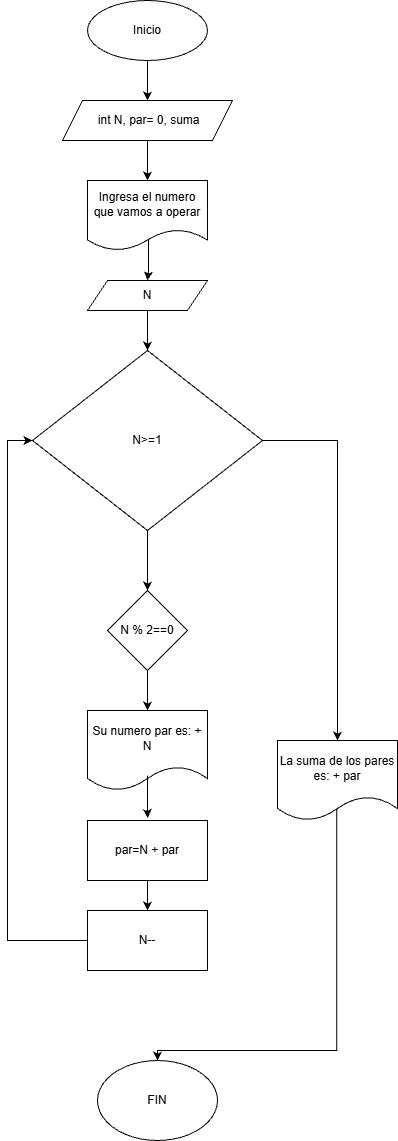
The draw.io diagram Ejercicios_while/Flujogramas/Flujograma_Ejercicio5.drawio.png in juanjo-guerra/FDP_Tarea, before a commit. Source tidied: cells renumbered, new cells last; positions are measured from the earlier drawing's top-left corner, leaving out a move shared by most shapes. Source of this version:
```xml
<mxGraphModel>
  <root>
    <mxCell id="0" />
    <mxCell id="1" parent="0" />
    <mxCell id="2" style="edgeStyle=orthogonalEdgeStyle;rounded=0;jettySize=auto;html=1;entryX=0.5;entryY=0;entryDx=0;entryDy=0;" parent="1" edge="1" source="3" target="5">
      <mxGeometry relative="1" as="geometry" />
    </mxCell>
    <mxCell id="3" value="Inicio" style="ellipse;whiteSpace=wrap;html=1;" parent="1" vertex="1">
      <mxGeometry x="80" width="120" height="60" as="geometry" />
    </mxCell>
    <mxCell id="4" style="edgeStyle=orthogonalEdgeStyle;rounded=0;jettySize=auto;html=1;" parent="1" edge="1" source="5" target="7">
      <mxGeometry relative="1" as="geometry" />
    </mxCell>
    <mxCell id="5" value="&amp;nbsp;int N, par= 0, suma" style="shape=parallelogram;perimeter=parallelogramPerimeter;whiteSpace=wrap;html=1;fixedSize=1;" parent="1" vertex="1">
      <mxGeometry x="55" y="100" width="170" height="40" as="geometry" />
    </mxCell>
    <mxCell id="6" style="edgeStyle=orthogonalEdgeStyle;rounded=0;jettySize=auto;html=1;entryX=0.5;entryY=0;entryDx=0;entryDy=0;exitX=0.508;exitY=0.8;exitDx=0;exitDy=0;exitPerimeter=0;" parent="1" edge="1" source="7" target="9">
      <mxGeometry relative="1" as="geometry" />
    </mxCell>
    <mxCell id="7" value="Ingresa el numero que vamos a operar" style="shape=document;whiteSpace=wrap;html=1;boundedLbl=1;" parent="1" vertex="1">
      <mxGeometry x="80" y="180" width="120" height="70" as="geometry" />
    </mxCell>
    <mxCell id="8" style="edgeStyle=orthogonalEdgeStyle;rounded=0;jettySize=auto;html=1;entryX=0.5;entryY=0;entryDx=0;entryDy=0;" parent="1" edge="1" source="9" target="12">
      <mxGeometry relative="1" as="geometry" />
    </mxCell>
    <mxCell id="9" value="N" style="shape=parallelogram;perimeter=parallelogramPerimeter;whiteSpace=wrap;html=1;fixedSize=1;" parent="1" vertex="1">
      <mxGeometry x="80" y="280" width="120" height="30" as="geometry" />
    </mxCell>
    <mxCell id="10" style="edgeStyle=orthogonalEdgeStyle;rounded=0;jettySize=auto;html=1;entryX=0.5;entryY=0;entryDx=0;entryDy=0;" parent="1" edge="1" source="12" target="14">
      <mxGeometry relative="1" as="geometry" />
    </mxCell>
    <mxCell id="11" style="edgeStyle=orthogonalEdgeStyle;rounded=0;jettySize=auto;html=1;entryX=0.5;entryY=0;entryDx=0;entryDy=0;" parent="1" edge="1" source="12" target="22">
      <mxGeometry relative="1" as="geometry" />
    </mxCell>
    <mxCell id="12" value="N&amp;gt;=1" style="rhombus;whiteSpace=wrap;html=1;" parent="1" vertex="1">
      <mxGeometry x="25" y="350" width="230" height="180" as="geometry" />
    </mxCell>
    <mxCell id="13" style="edgeStyle=orthogonalEdgeStyle;rounded=0;jettySize=auto;html=1;entryX=0.5;entryY=0;entryDx=0;entryDy=0;" parent="1" edge="1" source="14" target="15">
      <mxGeometry relative="1" as="geometry" />
    </mxCell>
    <mxCell id="14" value="N % 2==0" style="rhombus;whiteSpace=wrap;html=1;" parent="1" vertex="1">
      <mxGeometry x="100" y="590" width="80" height="80" as="geometry" />
    </mxCell>
    <mxCell id="15" value="Su numero par es: + N" style="shape=document;whiteSpace=wrap;html=1;boundedLbl=1;" parent="1" vertex="1">
      <mxGeometry x="80" y="710" width="120" height="80" as="geometry" />
    </mxCell>
    <mxCell id="16" style="edgeStyle=orthogonalEdgeStyle;rounded=0;jettySize=auto;html=1;entryX=0.5;entryY=0;entryDx=0;entryDy=0;" parent="1" edge="1" source="17" target="19">
      <mxGeometry relative="1" as="geometry" />
    </mxCell>
    <mxCell id="17" value="par=N + par" style="rounded=0;whiteSpace=wrap;html=1;" parent="1" vertex="1">
      <mxGeometry x="80" y="820" width="120" height="60" as="geometry" />
    </mxCell>
    <mxCell id="18" style="edgeStyle=orthogonalEdgeStyle;rounded=0;jettySize=auto;html=1;entryX=0;entryY=0.5;entryDx=0;entryDy=0;" parent="1" edge="1" source="19" target="12">
      <mxGeometry relative="1" as="geometry">
        <Array as="points">
          <mxPoint y="940" />
          <mxPoint y="440" />
        </Array>
      </mxGeometry>
    </mxCell>
    <mxCell id="19" value="N--" style="rounded=0;whiteSpace=wrap;html=1;" parent="1" vertex="1">
      <mxGeometry x="80" y="910" width="120" height="60" as="geometry" />
    </mxCell>
    <mxCell id="20" style="edgeStyle=orthogonalEdgeStyle;rounded=0;jettySize=auto;html=1;entryX=0.503;entryY=-0.041;entryDx=0;entryDy=0;entryPerimeter=0;exitX=0.499;exitY=0.817;exitDx=0;exitDy=0;exitPerimeter=0;" parent="1" edge="1" source="15" target="17">
      <mxGeometry relative="1" as="geometry" />
    </mxCell>
    <mxCell id="21" style="edgeStyle=orthogonalEdgeStyle;rounded=0;jettySize=auto;html=1;exitX=0.493;exitY=0.824;exitDx=0;exitDy=0;exitPerimeter=0;entryX=0.5;entryY=0;entryDx=0;entryDy=0;" parent="1" edge="1" source="22" target="23">
      <mxGeometry relative="1" as="geometry">
        <Array as="points">
          <mxPoint x="329" y="1050" />
          <mxPoint x="150" y="1050" />
        </Array>
      </mxGeometry>
    </mxCell>
    <mxCell id="22" value="La suma de los pares es: + par" style="shape=document;whiteSpace=wrap;html=1;boundedLbl=1;" parent="1" vertex="1">
      <mxGeometry x="270" y="740" width="120" height="80" as="geometry" />
    </mxCell>
    <mxCell id="23" value="FIN" style="ellipse;whiteSpace=wrap;html=1;" parent="1" vertex="1">
      <mxGeometry x="90" y="1060" width="120" height="80" as="geometry" />
    </mxCell>
  </root>
</mxGraphModel>
```
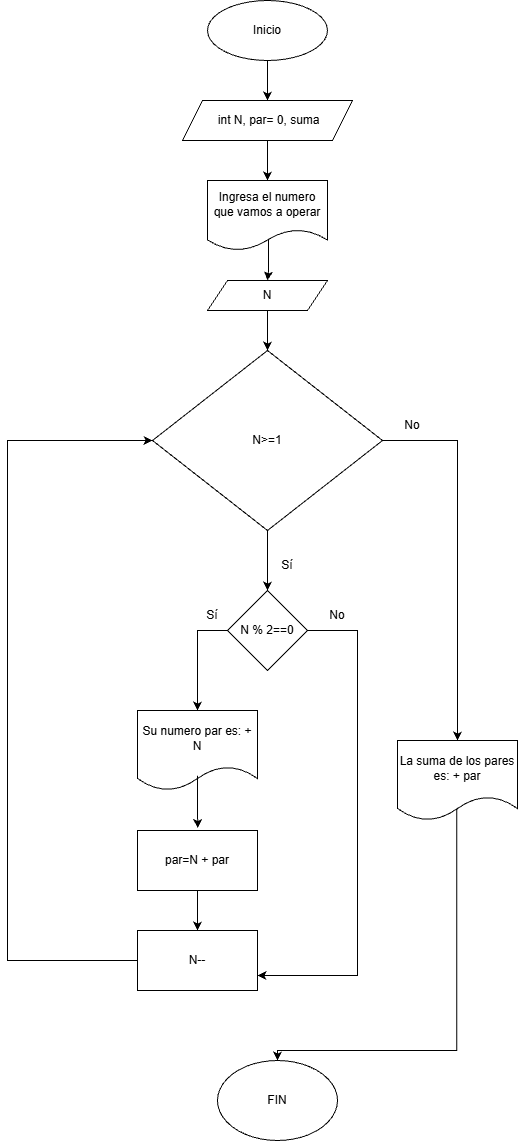
Above is the later version.

What changed in the source:
```diff
@@ -35,31 +35,39 @@
     <mxCell id="12" value="N&amp;gt;=1" style="rhombus;whiteSpace=wrap;html=1;" parent="1" vertex="1">
       <mxGeometry x="25" y="350" width="230" height="180" as="geometry" />
     </mxCell>
-    <mxCell id="13" style="edgeStyle=orthogonalEdgeStyle;rounded=0;jettySize=auto;html=1;entryX=0.5;entryY=0;entryDx=0;entryDy=0;" parent="1" edge="1" source="14" target="15">
+    <mxCell id="13" style="edgeStyle=orthogonalEdgeStyle;rounded=0;jettySize=auto;html=1;exitX=0;exitY=0.5;exitDx=0;exitDy=0;" parent="1" edge="1" source="14" target="15">
       <mxGeometry relative="1" as="geometry" />
     </mxCell>
+    <mxCell id="24" style="edgeStyle=orthogonalEdgeStyle;rounded=0;jettySize=auto;html=1;entryX=1;entryY=0.75;entryDx=0;entryDy=0;exitX=1;exitY=0.5;exitDx=0;exitDy=0;" parent="1" edge="1" source="14" target="19">
+      <mxGeometry relative="1" as="geometry">
+        <Array as="points">
+          <mxPoint x="230" y="630" />
+          <mxPoint x="230" y="975" />
+        </Array>
+      </mxGeometry>
+    </mxCell>
     <mxCell id="14" value="N % 2==0" style="rhombus;whiteSpace=wrap;html=1;" parent="1" vertex="1">
       <mxGeometry x="100" y="590" width="80" height="80" as="geometry" />
     </mxCell>
     <mxCell id="15" value="Su numero par es: + N" style="shape=document;whiteSpace=wrap;html=1;boundedLbl=1;" parent="1" vertex="1">
-      <mxGeometry x="80" y="710" width="120" height="80" as="geometry" />
+      <mxGeometry x="10" y="710" width="120" height="80" as="geometry" />
     </mxCell>
     <mxCell id="16" style="edgeStyle=orthogonalEdgeStyle;rounded=0;jettySize=auto;html=1;entryX=0.5;entryY=0;entryDx=0;entryDy=0;" parent="1" edge="1" source="17" target="19">
       <mxGeometry relative="1" as="geometry" />
     </mxCell>
     <mxCell id="17" value="par=N + par" style="rounded=0;whiteSpace=wrap;html=1;" parent="1" vertex="1">
-      <mxGeometry x="80" y="820" width="120" height="60" as="geometry" />
+      <mxGeometry x="10" y="830" width="120" height="60" as="geometry" />
     </mxCell>
     <mxCell id="18" style="edgeStyle=orthogonalEdgeStyle;rounded=0;jettySize=auto;html=1;entryX=0;entryY=0.5;entryDx=0;entryDy=0;" parent="1" edge="1" source="19" target="12">
       <mxGeometry relative="1" as="geometry">
         <Array as="points">
-          <mxPoint y="940" />
-          <mxPoint y="440" />
+          <mxPoint x="-120" y="960" />
+          <mxPoint x="-120" y="440" />
         </Array>
       </mxGeometry>
     </mxCell>
     <mxCell id="19" value="N--" style="rounded=0;whiteSpace=wrap;html=1;" parent="1" vertex="1">
-      <mxGeometry x="80" y="910" width="120" height="60" as="geometry" />
+      <mxGeometry x="10" y="930" width="120" height="60" as="geometry" />
     </mxCell>
     <mxCell id="20" style="edgeStyle=orthogonalEdgeStyle;rounded=0;jettySize=auto;html=1;entryX=0.503;entryY=-0.041;entryDx=0;entryDy=0;entryPerimeter=0;exitX=0.499;exitY=0.817;exitDx=0;exitDy=0;exitPerimeter=0;" parent="1" edge="1" source="15" target="17">
       <mxGeometry relative="1" as="geometry" />
@@ -78,5 +86,17 @@
     <mxCell id="23" value="FIN" style="ellipse;whiteSpace=wrap;html=1;" parent="1" vertex="1">
       <mxGeometry x="90" y="1060" width="120" height="80" as="geometry" />
     </mxCell>
+    <mxCell id="25" value="No" style="text;html=1;whiteSpace=wrap;strokeColor=none;fillColor=none;align=center;verticalAlign=middle;rounded=0;" parent="1" vertex="1">
+      <mxGeometry x="255" y="410" width="60" height="30" as="geometry" />
+    </mxCell>
+    <mxCell id="26" value="Sí" style="text;html=1;whiteSpace=wrap;strokeColor=none;fillColor=none;align=center;verticalAlign=middle;rounded=0;" parent="1" vertex="1">
+      <mxGeometry x="130" y="550" width="60" height="30" as="geometry" />
+    </mxCell>
+    <mxCell id="27" value="Sí" style="text;html=1;whiteSpace=wrap;strokeColor=none;fillColor=none;align=center;verticalAlign=middle;rounded=0;" parent="1" vertex="1">
+      <mxGeometry x="55" y="600" width="60" height="30" as="geometry" />
+    </mxCell>
+    <mxCell id="28" value="No" style="text;html=1;whiteSpace=wrap;strokeColor=none;fillColor=none;align=center;verticalAlign=middle;rounded=0;" parent="1" vertex="1">
+      <mxGeometry x="180" y="600" width="60" height="30" as="geometry" />
+    </mxCell>
   </root>
 </mxGraphModel>
```
